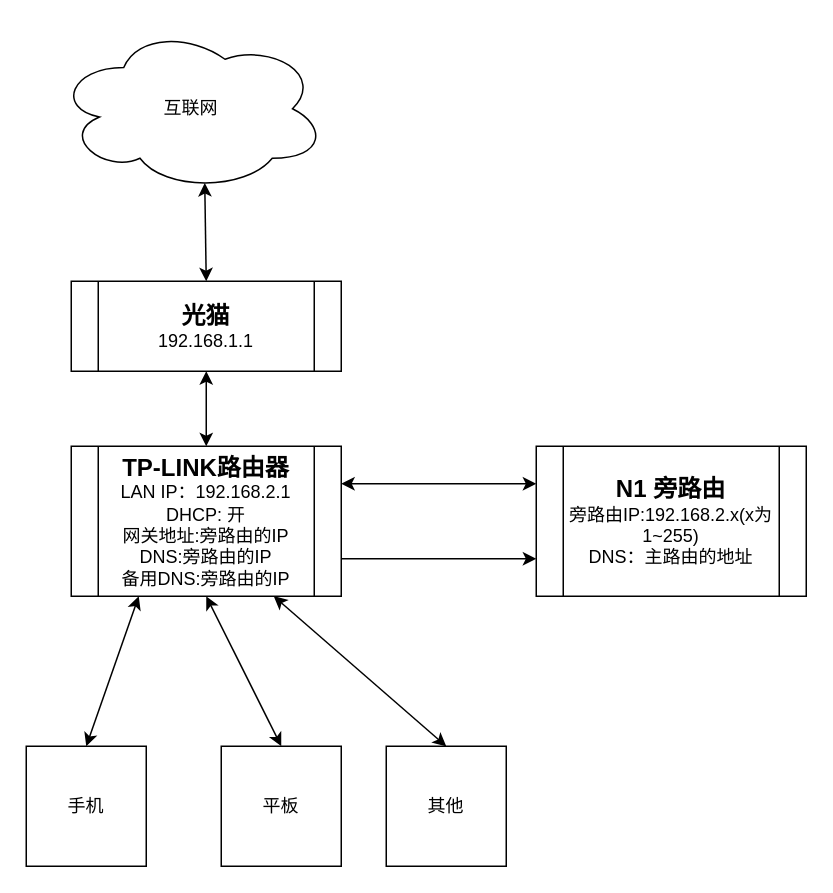
The draw.io diagram N1配置旁路由(以TP-LINK路由器为例).drawio in FrankKirin/PM_works, before the edit. Source tidied: cells renumbered, new cells numbered last; positions are measured from the earlier drawing's top-left corner, leaving out a move shared by most shapes. Both pictures are drawn from the tidied source at 150%, with x=0, y=0 at pixel (26, 26).
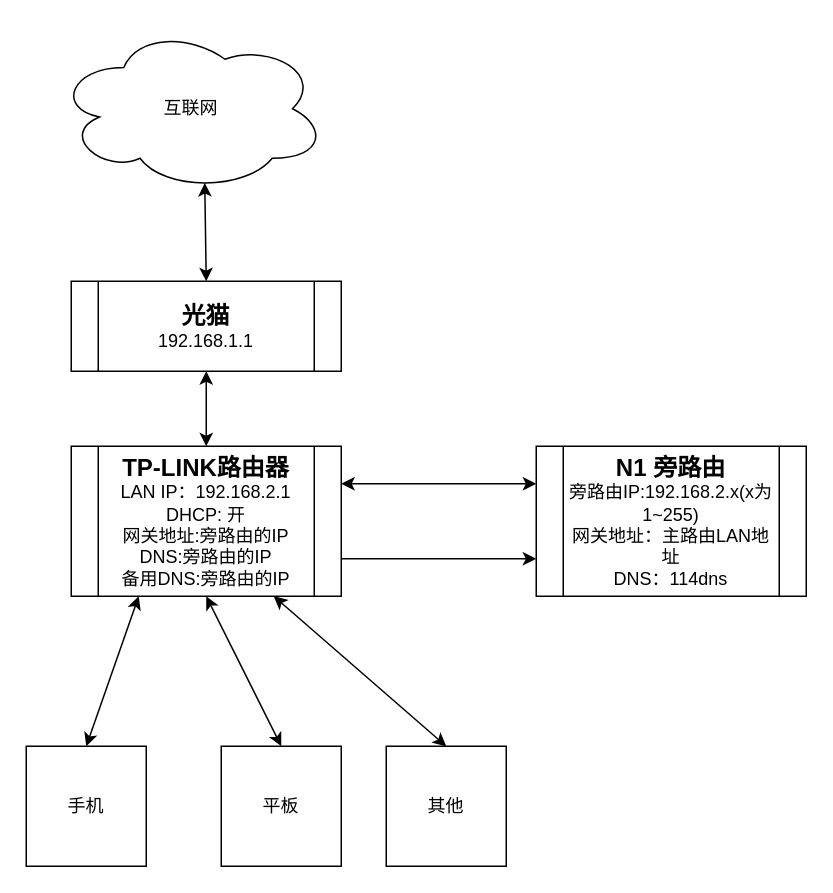
After the change.

Commit message (it also covers changes not shown here):
更新N1配置旁路由(以TP-LINK路由器为例).drawio

The edit, as a diff of the source:
```diff
@@
 <mxGraphModel>
   <root>
     <mxCell id="0" />
     <mxCell id="1" parent="0" />
     <mxCell id="2" style="edgeStyle=orthogonalEdgeStyle;rounded=0;jettySize=auto;html=1;exitX=0.5;exitY=1;exitDx=0;exitDy=0;endArrow=classic;endFill=1;startArrow=classic;startFill=1;" parent="1" edge="1" source="3" target="10">
       <mxGeometry relative="1" as="geometry" />
     </mxCell>
     <mxCell id="3" value="&lt;b&gt;&lt;font style=&quot;font-size: 16px;&quot;&gt;光猫&lt;/font&gt;&lt;/b&gt;&lt;br&gt;192.168.1.1" style="shape=process;whiteSpace=wrap;html=1;backgroundOutline=1;" parent="1" vertex="1">
       <mxGeometry x="30" y="170" width="180" height="60" as="geometry" />
     </mxCell>
     <mxCell id="4" style="edgeStyle=none;rounded=0;jettySize=auto;html=1;exitX=0.55;exitY=0.95;exitDx=0;exitDy=0;exitPerimeter=0;entryX=0.5;entryY=0;entryDx=0;entryDy=0;fontSize=16;startArrow=classic;startFill=1;endArrow=classic;endFill=1;" parent="1" edge="1" source="5" target="3">
       <mxGeometry relative="1" as="geometry" />
     </mxCell>
     <mxCell id="5" value="互联网" style="ellipse;shape=cloud;whiteSpace=wrap;html=1;" parent="1" vertex="1">
       <mxGeometry x="20" width="180" height="110" as="geometry" />
     </mxCell>
     <mxCell id="6" style="edgeStyle=orthogonalEdgeStyle;rounded=0;jettySize=auto;html=1;exitX=1;exitY=0.75;exitDx=0;exitDy=0;entryX=0;entryY=0.75;entryDx=0;entryDy=0;endArrow=classic;endFill=1;" parent="1" edge="1" source="10" target="12">
       <mxGeometry relative="1" as="geometry" />
     </mxCell>
     <mxCell id="7" style="rounded=0;jettySize=auto;html=1;exitX=0.25;exitY=1;exitDx=0;exitDy=0;entryX=0.5;entryY=0;entryDx=0;entryDy=0;endArrow=classic;endFill=1;startArrow=classic;startFill=1;" parent="1" edge="1" source="10" target="13">
       <mxGeometry relative="1" as="geometry" />
     </mxCell>
     <mxCell id="8" style="rounded=0;jettySize=auto;html=1;exitX=0.5;exitY=1;exitDx=0;exitDy=0;entryX=0.5;entryY=0;entryDx=0;entryDy=0;endArrow=classic;endFill=1;startArrow=classic;startFill=1;" parent="1" edge="1" source="10" target="14">
       <mxGeometry relative="1" as="geometry" />
     </mxCell>
     <mxCell id="9" style="rounded=0;jettySize=auto;html=1;exitX=0.75;exitY=1;exitDx=0;exitDy=0;entryX=0.5;entryY=0;entryDx=0;entryDy=0;endArrow=classic;endFill=1;startArrow=classic;startFill=1;" parent="1" edge="1" source="10" target="15">
       <mxGeometry relative="1" as="geometry" />
     </mxCell>
     <mxCell id="10" value="&lt;b&gt;&lt;font style=&quot;font-size: 16px;&quot;&gt;TP-LINK路由器&lt;/font&gt;&lt;/b&gt;&lt;br&gt;LAN IP：192.168.2.1&lt;br&gt;DHCP: 开&lt;br&gt;网关地址:旁路由的IP&lt;br&gt;DNS:旁路由的IP&lt;br&gt;备用DNS:旁路由的IP" style="shape=process;whiteSpace=wrap;html=1;backgroundOutline=1;" parent="1" vertex="1">
       <mxGeometry x="30" y="280" width="180" height="100" as="geometry" />
     </mxCell>
     <mxCell id="11" style="edgeStyle=none;rounded=0;jettySize=auto;html=1;exitX=0;exitY=0.25;exitDx=0;exitDy=0;entryX=1;entryY=0.25;entryDx=0;entryDy=0;startArrow=classic;startFill=1;endArrow=classic;endFill=1;" parent="1" edge="1" source="12" target="10">
       <mxGeometry relative="1" as="geometry" />
     </mxCell>
-    <mxCell id="12" value="&lt;b&gt;&lt;font style=&quot;font-size: 16px;&quot;&gt;N1 旁路由&lt;/font&gt;&lt;/b&gt;&lt;br&gt;旁路由IP:192.168.2.x(x为1~255)&lt;br&gt;DNS：主路由的地址" style="shape=process;whiteSpace=wrap;html=1;backgroundOutline=1;" parent="1" vertex="1">
+    <mxCell id="12" value="&lt;b&gt;&lt;font style=&quot;font-size: 16px;&quot;&gt;N1 旁路由&lt;/font&gt;&lt;/b&gt;&lt;br&gt;旁路由IP:192.168.2.x(x为1~255)&lt;br&gt;网关地址：主路由LAN地址&lt;br&gt;DNS：114dns" style="shape=process;whiteSpace=wrap;html=1;backgroundOutline=1;" parent="1" vertex="1">
       <mxGeometry x="340" y="280" width="180" height="100" as="geometry" />
     </mxCell>
     <mxCell id="13" value="手机" style="whiteSpace=wrap;html=1;" parent="1" vertex="1">
       <mxGeometry y="480" width="80" height="80" as="geometry" />
     </mxCell>
     <mxCell id="14" value="平板" style="whiteSpace=wrap;html=1;" parent="1" vertex="1">
       <mxGeometry x="130" y="480" width="80" height="80" as="geometry" />
     </mxCell>
     <mxCell id="15" value="其他" style="whiteSpace=wrap;html=1;" parent="1" vertex="1">
       <mxGeometry x="240" y="480" width="80" height="80" as="geometry" />
     </mxCell>
   </root>
 </mxGraphModel>
```
